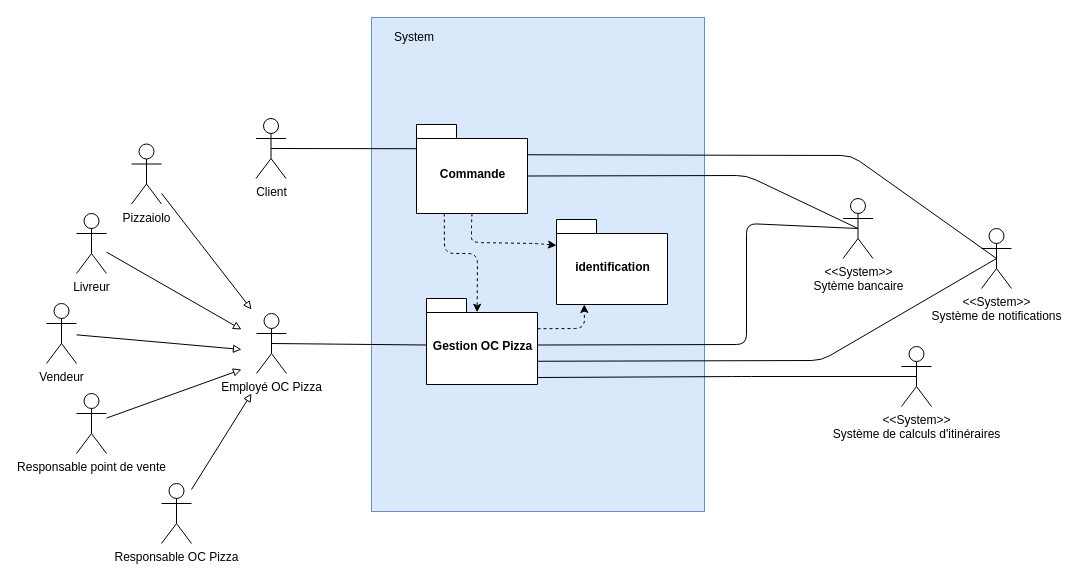
Before: Diagramme de package.drawio in vinsbld/OCP, a draw.io diagram. Source tidied: cells renumbered, new cells numbered last; positions are measured from the earlier drawing's top-left corner, leaving out a move shared by most shapes. Both pictures are drawn from the tidied source at 100%, with x=0, y=0 at pixel (46, 17).
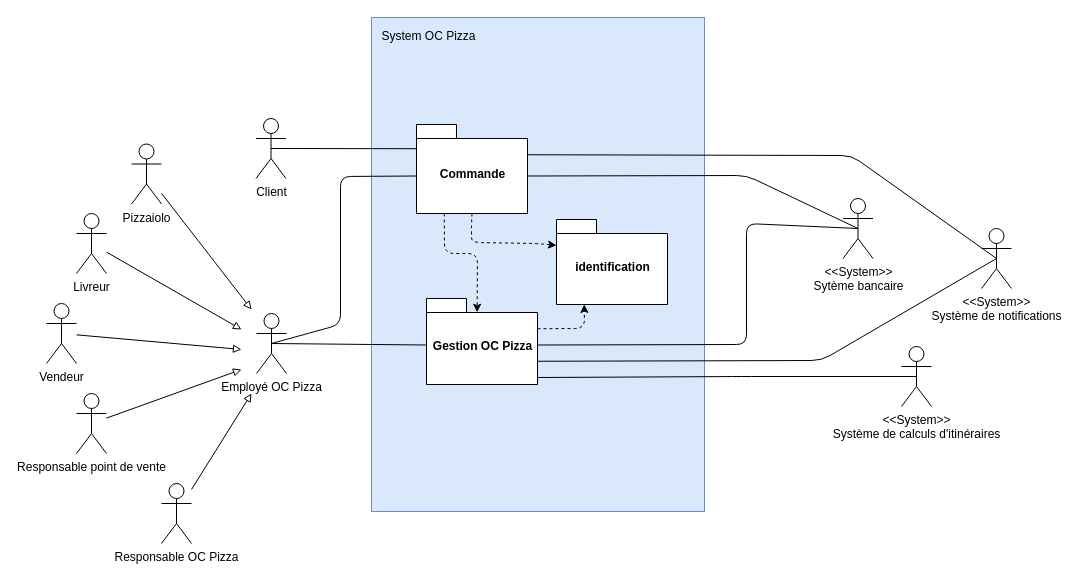
Above is the later version.

The change refers to these unchanged cells:
```xml
<mxCell id="16" value="Commande" style="shape=folder;fontStyle=1;spacingTop=10;tabWidth=40;tabHeight=14;tabPosition=left;html=1;" parent="1" vertex="1">
  <mxGeometry x="370" y="107" width="111" height="89" as="geometry" />
</mxCell>
<mxCell id="26" value="Employé OC Pizza" style="shape=umlActor;verticalLabelPosition=bottom;labelBackgroundColor=#ffffff;verticalAlign=top;html=1;outlineConnect=0;" parent="1" vertex="1">
  <mxGeometry x="210" y="296" width="30" height="60" as="geometry" />
</mxCell>
```

What changed in the source:
```diff
@@
-    <mxCell id="31" value="System" style="text;html=1;strokeColor=none;fillColor=none;align=center;verticalAlign=middle;whiteSpace=wrap;rounded=0;" parent="1" vertex="1">
-      <mxGeometry x="347.5" y="9.5" width="40" height="20" as="geometry" />
-    </mxCell>
+    <mxCell id="32" value="System OC Pizza" style="text;html=1;strokeColor=none;fillColor=none;align=center;verticalAlign=middle;whiteSpace=wrap;rounded=0;" parent="1" vertex="1">
+      <mxGeometry x="325" y="8.5" width="115" height="20" as="geometry" />
+    </mxCell>
+    <mxCell id="33" style="endArrow=none;html=1;entryX=0;entryY=0;entryDx=0;entryDy=51.49999999999999;entryPerimeter=0;exitX=0.5;exitY=0.5;exitDx=0;exitDy=0;exitPerimeter=0;" parent="1" edge="1" source="26" target="16">
+      <mxGeometry relative="1" as="geometry">
+        <Array as="points">
+          <mxPoint x="294" y="307" />
+          <mxPoint x="294" y="159" />
+        </Array>
+      </mxGeometry>
+    </mxCell>
```
